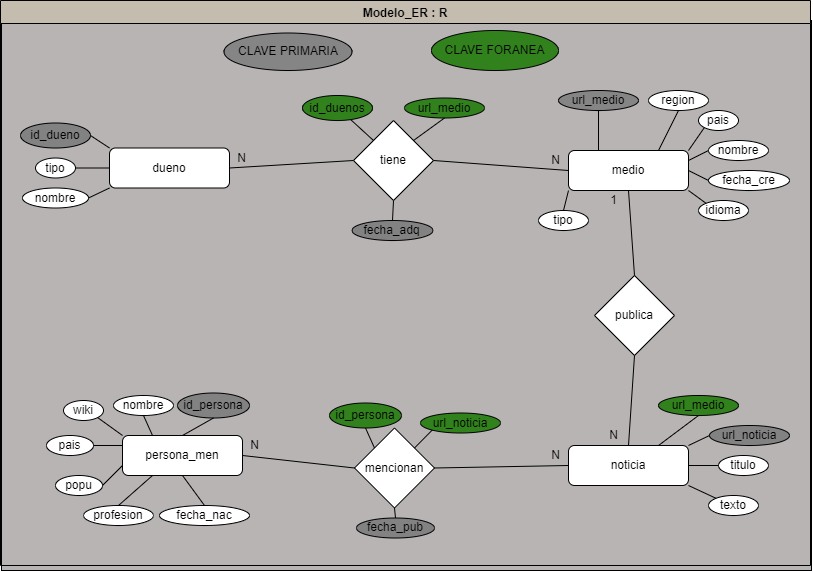
This is modelo_ER.png from DieggoAn/Proyecto-INFO133-Region-III, a draw.io export, as it was before one commit. Source tidied: cells renumbered, new cells last; positions are measured from the earlier drawing's top-left corner, leaving out a move shared by most shapes.
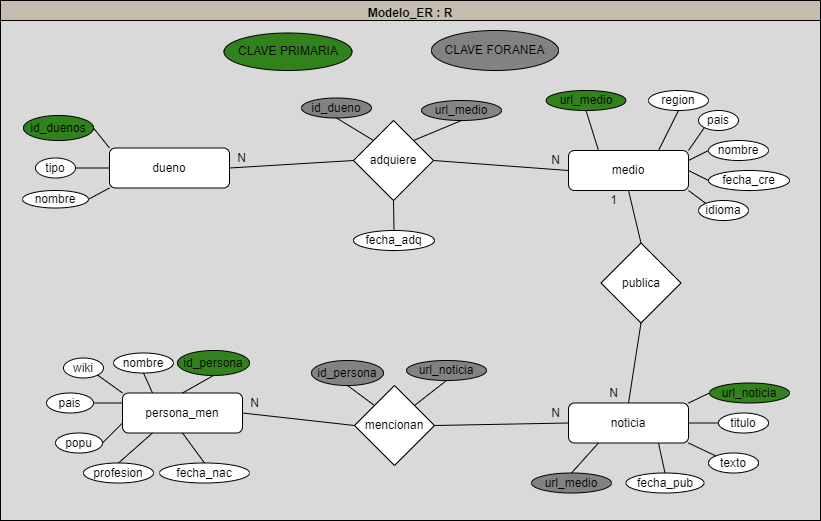
The same diagram one commit later.

What changed in the source:
```diff
@@ -2,30 +2,27 @@
   <root>
     <mxCell id="0" />
     <mxCell id="1" parent="0" />
-    <mxCell id="2" style="rounded=0;whiteSpace=wrap;html=1;fillColor=#B8B4B4;" parent="1" vertex="1">
-      <mxGeometry x="1" y="20" width="810" height="550" as="geometry" />
-    </mxCell>
     <mxCell id="3" value="Modelo_ER : R" style="swimlane;fillColor=#C4BCAF;" parent="1" vertex="1">
-      <mxGeometry width="810" height="565" as="geometry" />
+      <mxGeometry width="820" height="520" as="geometry" />
     </mxCell>
+    <mxCell id="79" style="rounded=0;whiteSpace=wrap;html=1;fillColor=#D9D9D9;" parent="3" vertex="1">
+      <mxGeometry y="20" width="820" height="500" as="geometry" />
+    </mxCell>
     <mxCell id="4" value="id_duenos" style="ellipse;whiteSpace=wrap;html=1;fillColor=#31821D;" parent="3" vertex="1">
-      <mxGeometry x="302" y="95" width="70" height="25" as="geometry" />
+      <mxGeometry x="23" y="115" width="70" height="25" as="geometry" />
     </mxCell>
     <mxCell id="5" value="url_medio" style="ellipse;whiteSpace=wrap;html=1;fillColor=#31821D;" parent="3" vertex="1">
-      <mxGeometry x="404" y="97.5" width="80" height="20" as="geometry" />
+      <mxGeometry x="545.5" y="90" width="80" height="20" as="geometry" />
     </mxCell>
     <mxCell id="6" value="id_dueno" style="ellipse;whiteSpace=wrap;html=1;fillColor=#828282;" parent="3" vertex="1">
-      <mxGeometry x="20" y="122.5" width="70" height="25" as="geometry" />
+      <mxGeometry x="301" y="97.5" width="70" height="20" as="geometry" />
     </mxCell>
     <mxCell id="7" value="tipo" style="ellipse;whiteSpace=wrap;html=1;" parent="3" vertex="1">
       <mxGeometry x="35" y="157.5" width="40" height="20" as="geometry" />
     </mxCell>
-    <mxCell id="8" value="nombre" style="ellipse;whiteSpace=wrap;html=1;" parent="3" vertex="1">
-      <mxGeometry x="22" y="187.5" width="66" height="20" as="geometry" />
+    <mxCell id="8" value="nombre" style="ellipse;whiteSpace=wrap;html=1;fillColor=#FFFFFF;" parent="3" vertex="1">
+      <mxGeometry x="22" y="190" width="66" height="17.5" as="geometry" />
     </mxCell>
-    <mxCell id="9" value="fecha_adq" style="ellipse;whiteSpace=wrap;html=1;fillColor=#828282;" parent="3" vertex="1">
-      <mxGeometry x="351.5" y="220" width="81" height="20" as="geometry" />
-    </mxCell>
     <mxCell id="10" value="dueno" style="rounded=1;whiteSpace=wrap;html=1;" parent="3" vertex="1">
       <mxGeometry x="109" y="147.5" width="120" height="40" as="geometry" />
     </mxCell>
@@ -35,17 +32,17 @@
     <mxCell id="12" style="endArrow=none;html=1;exitX=1;exitY=0.5;exitDx=0;exitDy=0;entryX=0;entryY=1;entryDx=0;entryDy=0;" parent="3" edge="1" source="8" target="10">
       <mxGeometry relative="1" as="geometry" />
     </mxCell>
-    <mxCell id="13" style="endArrow=none;html=1;exitX=1;exitY=0.5;exitDx=0;exitDy=0;entryX=0;entryY=0;entryDx=0;entryDy=0;" parent="3" edge="1" source="6" target="10">
+    <mxCell id="13" style="endArrow=none;html=1;entryX=0;entryY=0;entryDx=0;entryDy=0;exitX=1;exitY=0.5;exitDx=0;exitDy=0;" parent="3" edge="1" source="4" target="10">
       <mxGeometry relative="1" as="geometry" />
     </mxCell>
     <mxCell id="14" value="noticia" style="rounded=1;whiteSpace=wrap;html=1;" parent="3" vertex="1">
-      <mxGeometry x="568" y="445" width="120" height="40" as="geometry" />
+      <mxGeometry x="568" y="402.5" width="120" height="40" as="geometry" />
     </mxCell>
     <mxCell id="15" value="medio" style="rounded=1;whiteSpace=wrap;html=1;" parent="3" vertex="1">
       <mxGeometry x="568" y="150" width="120" height="40" as="geometry" />
     </mxCell>
     <mxCell id="16" value="url_medio" style="ellipse;whiteSpace=wrap;html=1;fillColor=#858585;" parent="3" vertex="1">
-      <mxGeometry x="558" y="90" width="80" height="20" as="geometry" />
+      <mxGeometry x="421" y="100" width="80" height="20" as="geometry" />
     </mxCell>
     <mxCell id="17" value="region" style="ellipse;whiteSpace=wrap;html=1;" parent="3" vertex="1">
       <mxGeometry x="648" y="90" width="60" height="20" as="geometry" />
@@ -62,13 +59,7 @@
     <mxCell id="21" value="idioma" style="ellipse;whiteSpace=wrap;html=1;" parent="3" vertex="1">
       <mxGeometry x="698" y="200" width="50" height="20" as="geometry" />
     </mxCell>
-    <mxCell id="22" value="tipo" style="ellipse;whiteSpace=wrap;html=1;" parent="3" vertex="1">
-      <mxGeometry x="538" y="210" width="50" height="20" as="geometry" />
-    </mxCell>
-    <mxCell id="23" style="endArrow=none;html=1;exitX=0.5;exitY=0;exitDx=0;exitDy=0;entryX=0;entryY=1;entryDx=0;entryDy=0;" parent="3" edge="1" source="22" target="15">
-      <mxGeometry relative="1" as="geometry" />
-    </mxCell>
-    <mxCell id="24" style="endArrow=none;html=1;exitX=0.25;exitY=0;exitDx=0;exitDy=0;" parent="3" edge="1" source="15" target="16">
+    <mxCell id="24" style="endArrow=none;html=1;exitX=0.25;exitY=0;exitDx=0;exitDy=0;entryX=0.5;entryY=1;entryDx=0;entryDy=0;" parent="3" edge="1" source="15" target="5">
       <mxGeometry relative="1" as="geometry" />
     </mxCell>
     <mxCell id="25" style="endArrow=none;html=1;entryX=0.5;entryY=1;entryDx=0;entryDy=0;exitX=0.75;exitY=0;exitDx=0;exitDy=0;" parent="3" edge="1" source="15" target="17">
@@ -87,7 +78,7 @@
       <mxGeometry relative="1" as="geometry" />
     </mxCell>
     <mxCell id="30" value="publica" style="rhombus;whiteSpace=wrap;html=1;" parent="3" vertex="1">
-      <mxGeometry x="594" y="275" width="80" height="80" as="geometry" />
+      <mxGeometry x="600.5" y="242.5" width="80" height="80" as="geometry" />
     </mxCell>
     <mxCell id="31" style="endArrow=none;html=1;entryX=0.5;entryY=1;entryDx=0;entryDy=0;exitX=0.5;exitY=0;exitDx=0;exitDy=0;" parent="3" edge="1" source="30" target="15">
       <mxGeometry relative="1" as="geometry" />
@@ -95,11 +86,11 @@
     <mxCell id="32" style="endArrow=none;html=1;entryX=0.5;entryY=1;entryDx=0;entryDy=0;exitX=0.5;exitY=0;exitDx=0;exitDy=0;" parent="3" edge="1" source="14" target="30">
       <mxGeometry relative="1" as="geometry" />
     </mxCell>
-    <mxCell id="33" value="url_noticia" style="ellipse;whiteSpace=wrap;html=1;fillColor=#828282;" parent="3" vertex="1">
-      <mxGeometry x="709" y="425" width="80" height="20" as="geometry" />
+    <mxCell id="33" value="url_noticia" style="ellipse;whiteSpace=wrap;html=1;fillColor=#31821D;" parent="3" vertex="1">
+      <mxGeometry x="709" y="382.5" width="80" height="20" as="geometry" />
     </mxCell>
     <mxCell id="34" value="titulo" style="ellipse;whiteSpace=wrap;html=1;" parent="3" vertex="1">
-      <mxGeometry x="718" y="455" width="50" height="20" as="geometry" />
+      <mxGeometry x="718" y="412.5" width="50" height="20" as="geometry" />
     </mxCell>
     <mxCell id="35" style="endArrow=none;html=1;entryX=0;entryY=0.5;entryDx=0;entryDy=0;exitX=1;exitY=0;exitDx=0;exitDy=0;" parent="3" edge="1" source="14" target="33">
       <mxGeometry relative="1" as="geometry" />
@@ -108,7 +99,7 @@
       <mxGeometry relative="1" as="geometry" />
     </mxCell>
     <mxCell id="37" value="texto" style="ellipse;whiteSpace=wrap;html=1;" parent="3" vertex="1">
-      <mxGeometry x="708" y="495" width="50" height="20" as="geometry" />
+      <mxGeometry x="708" y="452.5" width="50" height="20" as="geometry" />
     </mxCell>
     <mxCell id="38" style="endArrow=none;html=1;exitX=0;exitY=0;exitDx=0;exitDy=0;entryX=1;entryY=1;entryDx=0;entryDy=0;" parent="3" edge="1" source="37" target="14">
       <mxGeometry relative="1" as="geometry" />
@@ -117,7 +108,7 @@
       <mxGeometry x="543" y="150" width="25" height="20" as="geometry" />
     </mxCell>
     <mxCell id="40" value="N" style="text;html=1;strokeColor=none;fillColor=none;align=center;verticalAlign=middle;whiteSpace=wrap;rounded=0;" parent="3" vertex="1">
-      <mxGeometry x="600.5" y="425" width="25" height="20" as="geometry" />
+      <mxGeometry x="600.5" y="382.5" width="25" height="20" as="geometry" />
     </mxCell>
     <mxCell id="41" value="1" style="text;html=1;strokeColor=none;fillColor=none;align=center;verticalAlign=middle;whiteSpace=wrap;rounded=0;" parent="3" vertex="1">
       <mxGeometry x="600.5" y="190" width="25" height="20" as="geometry" />
@@ -125,13 +116,13 @@
     <mxCell id="42" value="N" style="text;html=1;strokeColor=none;fillColor=none;align=center;verticalAlign=middle;whiteSpace=wrap;rounded=0;" parent="3" vertex="1">
       <mxGeometry x="229" y="147.5" width="25" height="20" as="geometry" />
     </mxCell>
-    <mxCell id="43" value="url_medio" style="ellipse;whiteSpace=wrap;html=1;fillColor=#31821D;" parent="3" vertex="1">
-      <mxGeometry x="658" y="395" width="80" height="20" as="geometry" />
+    <mxCell id="43" value="url_medio" style="ellipse;whiteSpace=wrap;html=1;fillColor=#828282;" parent="3" vertex="1">
+      <mxGeometry x="531" y="472.5" width="80" height="20" as="geometry" />
     </mxCell>
-    <mxCell id="44" style="endArrow=none;html=1;entryX=0.5;entryY=1;entryDx=0;entryDy=0;exitX=0.75;exitY=0;exitDx=0;exitDy=0;" parent="3" edge="1" source="14" target="43">
+    <mxCell id="44" style="endArrow=none;html=1;entryX=0.5;entryY=0;entryDx=0;entryDy=0;exitX=0.25;exitY=1;exitDx=0;exitDy=0;" parent="3" edge="1" source="14" target="43">
       <mxGeometry relative="1" as="geometry" />
     </mxCell>
-    <mxCell id="45" value="tiene" style="rhombus;whiteSpace=wrap;html=1;" parent="3" vertex="1">
+    <mxCell id="45" value="adquiere" style="rhombus;whiteSpace=wrap;html=1;" parent="3" vertex="1">
       <mxGeometry x="353" y="120" width="80" height="80" as="geometry" />
     </mxCell>
     <mxCell id="46" style="endArrow=none;html=1;exitX=1;exitY=0.5;exitDx=0;exitDy=0;entryX=0;entryY=0.5;entryDx=0;entryDy=0;" parent="3" edge="1" source="10" target="45">
@@ -140,47 +131,44 @@
     <mxCell id="47" style="endArrow=none;html=1;exitX=1;exitY=0.5;exitDx=0;exitDy=0;entryX=0;entryY=0.5;entryDx=0;entryDy=0;" parent="3" edge="1" source="45" target="15">
       <mxGeometry relative="1" as="geometry" />
     </mxCell>
-    <mxCell id="48" style="endArrow=none;html=1;entryX=0.5;entryY=1;entryDx=0;entryDy=0;exitX=0.5;exitY=0;exitDx=0;exitDy=0;" parent="3" edge="1" source="9" target="45">
-      <mxGeometry relative="1" as="geometry" />
-    </mxCell>
-    <mxCell id="49" style="endArrow=none;html=1;exitX=1;exitY=0;exitDx=0;exitDy=0;entryX=0.5;entryY=1;entryDx=0;entryDy=0;" parent="3" edge="1" source="45" target="5">
+    <mxCell id="49" style="endArrow=none;html=1;exitX=1;exitY=0;exitDx=0;exitDy=0;entryX=0.5;entryY=1;entryDx=0;entryDy=0;" parent="3" edge="1" source="45" target="16">
       <mxGeometry relative="1" as="geometry" />
     </mxCell>
-    <mxCell id="50" style="endArrow=none;html=1;exitX=0;exitY=0;exitDx=0;exitDy=0;" parent="3" edge="1" source="45" target="4">
+    <mxCell id="50" style="endArrow=none;html=1;exitX=0;exitY=0;exitDx=0;exitDy=0;entryX=0.5;entryY=1;entryDx=0;entryDy=0;" parent="3" edge="1" source="45" target="6">
       <mxGeometry relative="1" as="geometry" />
     </mxCell>
-    <mxCell id="51" value="fecha_pub" style="ellipse;whiteSpace=wrap;html=1;fillColor=#828282;" parent="3" vertex="1">
-      <mxGeometry x="356" y="517.5" width="78" height="20" as="geometry" />
+    <mxCell id="51" value="fecha_pub" style="ellipse;whiteSpace=wrap;html=1;fillColor=#FFFFFF;" parent="3" vertex="1">
+      <mxGeometry x="625.5" y="472.5" width="78" height="20" as="geometry" />
     </mxCell>
     <mxCell id="52" value="N" style="text;html=1;strokeColor=none;fillColor=none;align=center;verticalAlign=middle;whiteSpace=wrap;rounded=0;" parent="3" vertex="1">
-      <mxGeometry x="543" y="445" width="25" height="20" as="geometry" />
+      <mxGeometry x="543" y="402.5" width="25" height="20" as="geometry" />
     </mxCell>
     <mxCell id="53" value="wiki" style="ellipse;whiteSpace=wrap;html=1;" parent="3" vertex="1">
-      <mxGeometry x="63" y="400" width="40" height="20" as="geometry" />
+      <mxGeometry x="63" y="357.5" width="40" height="20" as="geometry" />
     </mxCell>
     <mxCell id="54" value="nombre" style="ellipse;whiteSpace=wrap;html=1;" parent="3" vertex="1">
-      <mxGeometry x="113" y="395" width="60" height="20" as="geometry" />
+      <mxGeometry x="113" y="352.5" width="60" height="20" as="geometry" />
     </mxCell>
-    <mxCell id="55" value="id_persona" style="ellipse;whiteSpace=wrap;html=1;fillColor=#828282;" parent="3" vertex="1">
-      <mxGeometry x="177" y="392.5" width="72" height="25" as="geometry" />
+    <mxCell id="55" value="id_persona" style="ellipse;whiteSpace=wrap;html=1;fillColor=#31821D;" parent="3" vertex="1">
+      <mxGeometry x="177" y="350" width="72" height="25" as="geometry" />
     </mxCell>
     <mxCell id="56" value="profesion" style="ellipse;whiteSpace=wrap;html=1;" parent="3" vertex="1">
-      <mxGeometry x="83" y="505" width="70" height="20" as="geometry" />
+      <mxGeometry x="83" y="462.5" width="70" height="20" as="geometry" />
     </mxCell>
     <mxCell id="57" value="fecha_nac" style="ellipse;whiteSpace=wrap;html=1;" parent="3" vertex="1">
-      <mxGeometry x="159" y="505" width="90" height="20" as="geometry" />
+      <mxGeometry x="159" y="462.5" width="90" height="20" as="geometry" />
     </mxCell>
-    <mxCell id="58" value="id_persona" style="ellipse;whiteSpace=wrap;html=1;fillColor=#31821D;" parent="3" vertex="1">
-      <mxGeometry x="329" y="402.5" width="72" height="25" as="geometry" />
+    <mxCell id="58" value="id_persona" style="ellipse;whiteSpace=wrap;html=1;fillColor=#828282;" parent="3" vertex="1">
+      <mxGeometry x="311" y="360" width="72" height="25" as="geometry" />
     </mxCell>
-    <mxCell id="59" value="url_noticia" style="ellipse;whiteSpace=wrap;html=1;fillColor=#31821D;" parent="3" vertex="1">
-      <mxGeometry x="420" y="412.5" width="80" height="20" as="geometry" />
+    <mxCell id="59" value="url_noticia" style="ellipse;whiteSpace=wrap;html=1;fillColor=#828282;" parent="3" vertex="1">
+      <mxGeometry x="406" y="360" width="80" height="20" as="geometry" />
     </mxCell>
     <mxCell id="60" value="persona_men" style="rounded=1;whiteSpace=wrap;html=1;" parent="3" vertex="1">
-      <mxGeometry x="122" y="435" width="120" height="40" as="geometry" />
+      <mxGeometry x="122" y="392.5" width="120" height="40" as="geometry" />
     </mxCell>
     <mxCell id="61" value="mencionan" style="rhombus;whiteSpace=wrap;html=1;" parent="3" vertex="1">
-      <mxGeometry x="354" y="427.5" width="80" height="80" as="geometry" />
+      <mxGeometry x="354" y="385" width="80" height="80" as="geometry" />
     </mxCell>
     <mxCell id="62" style="endArrow=none;html=1;exitX=0;exitY=0.5;exitDx=0;exitDy=0;entryX=1;entryY=0.5;entryDx=0;entryDy=0;" parent="3" edge="1" source="61" target="60">
       <mxGeometry relative="1" as="geometry" />
@@ -198,10 +186,10 @@
       <mxGeometry relative="1" as="geometry" />
     </mxCell>
     <mxCell id="67" value="pais" style="ellipse;whiteSpace=wrap;html=1;" parent="3" vertex="1">
-      <mxGeometry x="46" y="435" width="47" height="20" as="geometry" />
+      <mxGeometry x="46" y="392.5" width="47" height="20" as="geometry" />
     </mxCell>
     <mxCell id="68" value="popu" style="ellipse;whiteSpace=wrap;html=1;" parent="3" vertex="1">
-      <mxGeometry x="55" y="475" width="47" height="20" as="geometry" />
+      <mxGeometry x="55" y="432.5" width="47" height="20" as="geometry" />
     </mxCell>
     <mxCell id="69" style="endArrow=none;html=1;exitX=1;exitY=0.5;exitDx=0;exitDy=0;entryX=0;entryY=0.75;entryDx=0;entryDy=0;" parent="3" edge="1" source="68" target="60">
       <mxGeometry relative="1" as="geometry" />
@@ -210,7 +198,7 @@
       <mxGeometry relative="1" as="geometry" />
     </mxCell>
     <mxCell id="71" value="N" style="text;html=1;strokeColor=none;fillColor=none;align=center;verticalAlign=middle;whiteSpace=wrap;rounded=0;" parent="3" vertex="1">
-      <mxGeometry x="242" y="435" width="25" height="20" as="geometry" />
+      <mxGeometry x="242" y="392.5" width="25" height="20" as="geometry" />
     </mxCell>
     <mxCell id="72" style="endArrow=none;html=1;exitX=1;exitY=0.5;exitDx=0;exitDy=0;entryX=0;entryY=0.5;entryDx=0;entryDy=0;" parent="3" edge="1" source="61" target="14">
       <mxGeometry relative="1" as="geometry" />
@@ -218,20 +206,26 @@
     <mxCell id="73" style="endArrow=none;html=1;exitX=0.5;exitY=0;exitDx=0;exitDy=0;entryX=0.5;entryY=1;entryDx=0;entryDy=0;" parent="3" edge="1" source="60" target="55">
       <mxGeometry relative="1" as="geometry" />
     </mxCell>
-    <mxCell id="74" style="endArrow=none;html=1;entryX=0.5;entryY=1;entryDx=0;entryDy=0;exitX=0.5;exitY=0;exitDx=0;exitDy=0;" parent="3" edge="1" source="51" target="61">
+    <mxCell id="74" style="endArrow=none;html=1;entryX=0.75;entryY=1;entryDx=0;entryDy=0;exitX=0.5;exitY=0;exitDx=0;exitDy=0;" parent="3" edge="1" source="51" target="14">
       <mxGeometry relative="1" as="geometry" />
     </mxCell>
     <mxCell id="75" style="endArrow=none;html=1;exitX=0.5;exitY=1;exitDx=0;exitDy=0;entryX=0;entryY=0;entryDx=0;entryDy=0;" parent="3" edge="1" source="58" target="61">
       <mxGeometry relative="1" as="geometry" />
     </mxCell>
-    <mxCell id="76" style="endArrow=none;html=1;entryX=0;entryY=1;entryDx=0;entryDy=0;exitX=1;exitY=0;exitDx=0;exitDy=0;" parent="3" edge="1" source="61" target="59">
+    <mxCell id="76" style="endArrow=none;html=1;entryX=0.5;entryY=1;entryDx=0;entryDy=0;exitX=1;exitY=0;exitDx=0;exitDy=0;" parent="3" edge="1" source="61" target="59">
       <mxGeometry relative="1" as="geometry" />
     </mxCell>
-    <mxCell id="77" value="CLAVE FORANEA" style="ellipse;whiteSpace=wrap;html=1;fillColor=#31821D;" parent="3" vertex="1">
+    <mxCell id="77" value="CLAVE FORANEA" style="ellipse;whiteSpace=wrap;html=1;fillColor=#828282;" parent="3" vertex="1">
       <mxGeometry x="431" y="30" width="127" height="40" as="geometry" />
     </mxCell>
-    <mxCell id="78" value="CLAVE PRIMARIA" style="ellipse;whiteSpace=wrap;html=1;fillColor=#858585;" parent="3" vertex="1">
+    <mxCell id="78" value="CLAVE PRIMARIA" style="ellipse;whiteSpace=wrap;html=1;fillColor=#31821D;" parent="3" vertex="1">
       <mxGeometry x="223.5" y="32.5" width="128" height="37.5" as="geometry" />
     </mxCell>
+    <mxCell id="9" value="fecha_adq" style="ellipse;whiteSpace=wrap;html=1;fillColor=#FFFFFF;" parent="3" vertex="1">
+      <mxGeometry x="353" y="230" width="81" height="20" as="geometry" />
+    </mxCell>
+    <mxCell id="80" style="endArrow=none;html=1;entryX=0.5;entryY=0;entryDx=0;entryDy=0;exitX=0.5;exitY=1;exitDx=0;exitDy=0;" parent="3" edge="1" source="45" target="9">
+      <mxGeometry relative="1" as="geometry" />
+    </mxCell>
   </root>
 </mxGraphModel>
```
